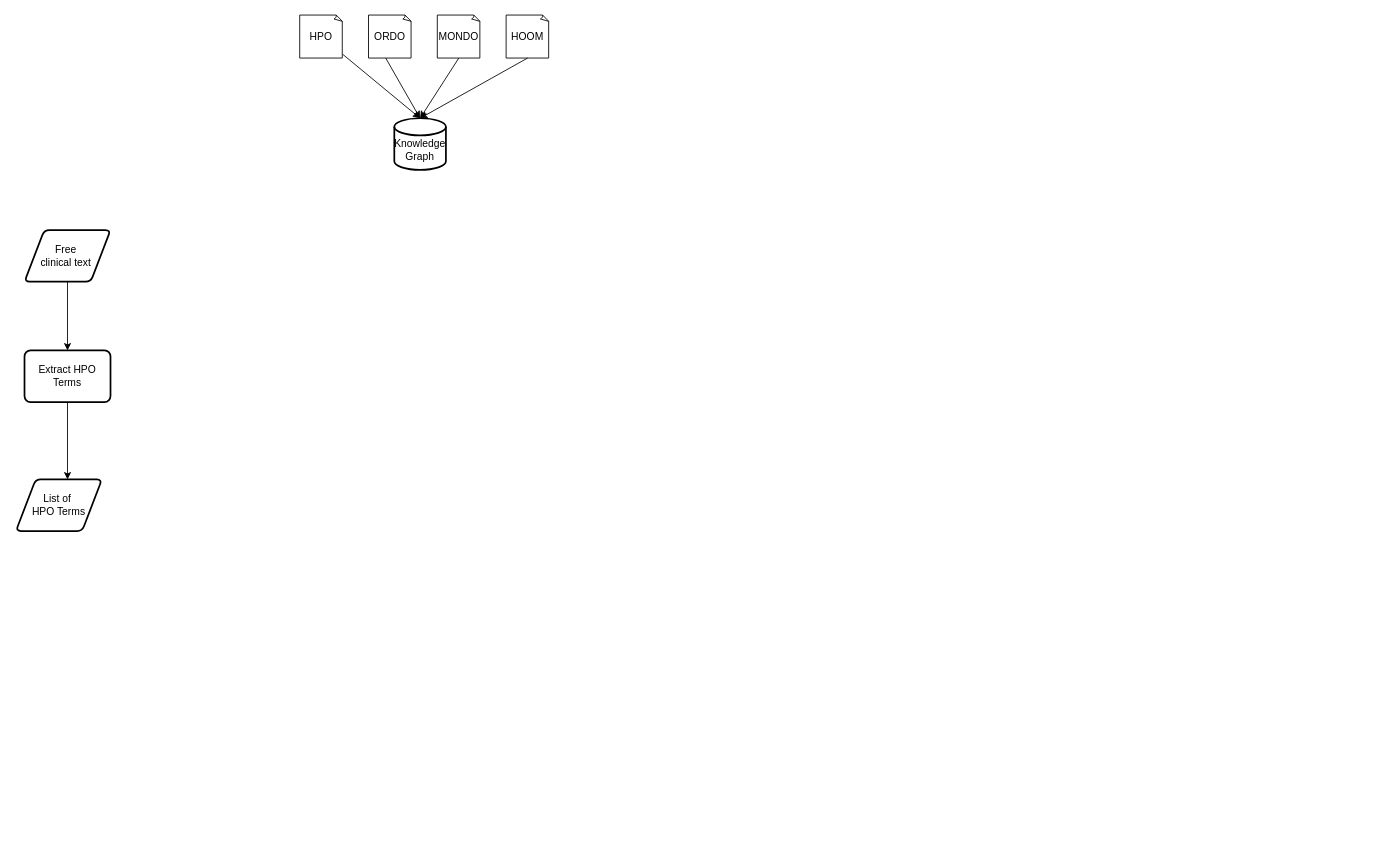
Earlier version of the draw.io diagram pipeline_draft.drawio (Alizzie/RareSim-Master-Project-). Source tidied: cells renumbered, new cells numbered last; positions are measured from the earlier drawing's top-left corner, leaving out a move shared by most shapes. Both pictures are drawn from the tidied source at 86%, with x=0, y=0 at pixel (15, 15).
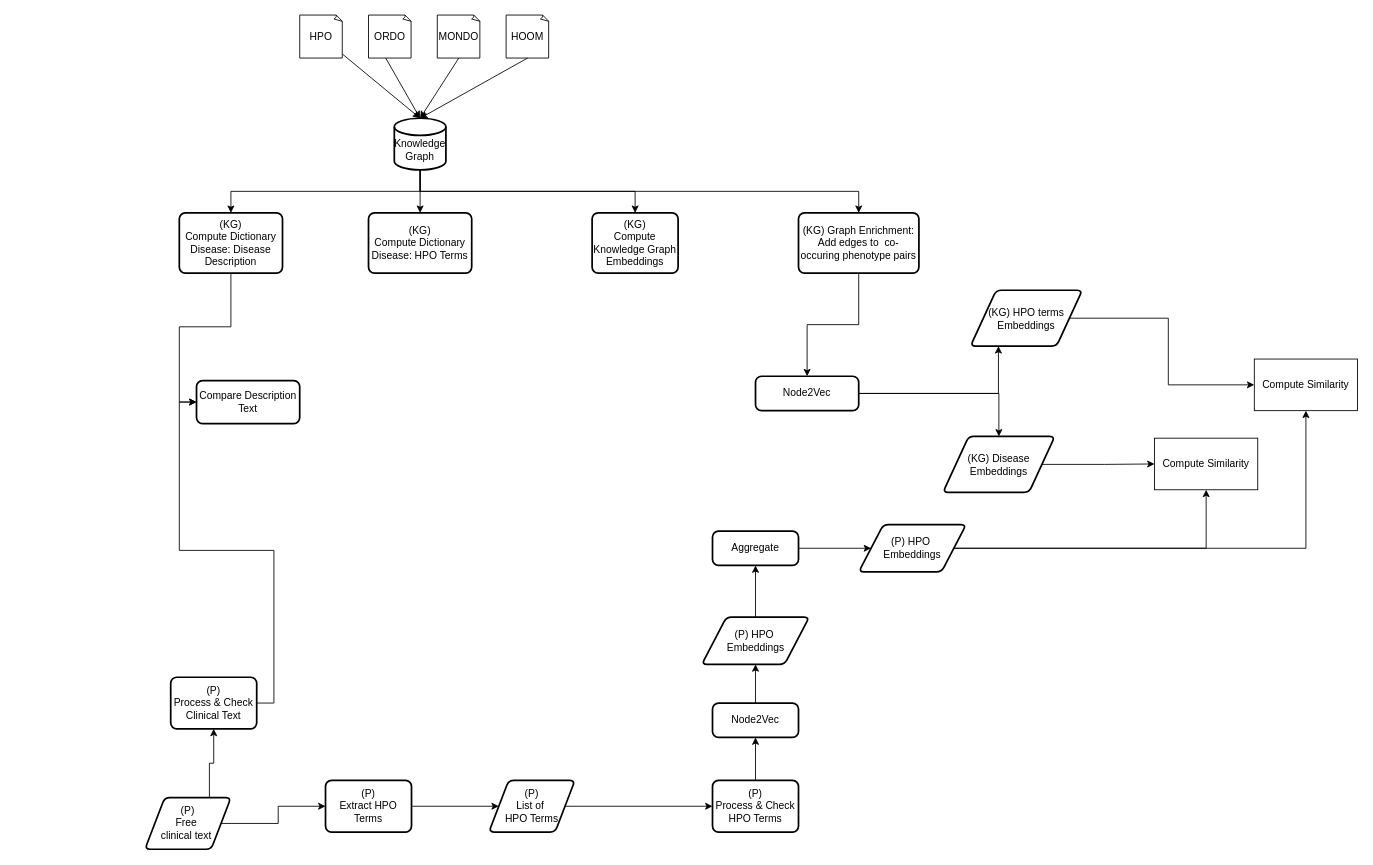
Above is the later version.

The change refers to these unchanged cells:
```xml
<mxCell id="2" value="&lt;div&gt;&lt;br&gt;&lt;/div&gt;Knowledge Graph" style="strokeWidth=2;html=1;shape=mxgraph.flowchart.database;whiteSpace=wrap;" parent="1" vertex="1">
  <mxGeometry x="440" y="120" width="60" height="60" as="geometry" />
</mxCell>
```

What changed in the source:
```diff
@@
+    <mxCell id="16" style="edgeStyle=orthogonalEdgeStyle;rounded=0;jettySize=auto;html=1;exitX=0.5;exitY=1;exitDx=0;exitDy=0;exitPerimeter=0;" parent="1" edge="1" source="2" target="21">
+      <mxGeometry relative="1" as="geometry" />
+    </mxCell>
+    <mxCell id="17" style="edgeStyle=orthogonalEdgeStyle;rounded=0;jettySize=auto;html=1;exitX=0.5;exitY=1;exitDx=0;exitDy=0;exitPerimeter=0;" parent="1" edge="1" source="2" target="23">
+      <mxGeometry relative="1" as="geometry" />
+    </mxCell>
+    <mxCell id="18" style="edgeStyle=orthogonalEdgeStyle;rounded=0;jettySize=auto;html=1;exitX=0.5;exitY=1;exitDx=0;exitDy=0;exitPerimeter=0;" parent="1" edge="1" source="2" target="27">
+      <mxGeometry relative="1" as="geometry" />
+    </mxCell>
+    <mxCell id="19" style="edgeStyle=orthogonalEdgeStyle;rounded=0;jettySize=auto;html=1;exitX=0.5;exitY=1;exitDx=0;exitDy=0;exitPerimeter=0;" parent="1" edge="1" source="2" target="33">
+      <mxGeometry relative="1" as="geometry" />
+    </mxCell>
@@
-    <mxCell id="11" style="edgeStyle=orthogonalEdgeStyle;rounded=0;jettySize=auto;html=1;exitX=0.5;exitY=1;exitDx=0;exitDy=0;entryX=0.5;entryY=0;entryDx=0;entryDy=0;" parent="1" edge="1" source="12" target="14">
+    <mxCell id="11" style="edgeStyle=orthogonalEdgeStyle;rounded=0;jettySize=auto;html=1;exitX=1;exitY=0.5;exitDx=0;exitDy=0;entryX=0;entryY=0.5;entryDx=0;entryDy=0;" parent="1" edge="1" source="12" target="14">
       <mxGeometry relative="1" as="geometry" />
     </mxCell>
-    <mxCell id="12" value="Free&amp;nbsp;&lt;div&gt;clinical text&amp;nbsp;&lt;/div&gt;" style="shape=parallelogram;html=1;strokeWidth=2;perimeter=parallelogramPerimeter;whiteSpace=wrap;rounded=1;arcSize=12;size=0.23;" parent="1" vertex="1">
-      <mxGeometry x="10" y="250" width="100" height="60" as="geometry" />
+    <mxCell id="12" value="&lt;div&gt;(P)&lt;/div&gt;Free&amp;nbsp;&lt;div&gt;clinical text&amp;nbsp;&lt;/div&gt;" style="shape=parallelogram;html=1;strokeWidth=2;perimeter=parallelogramPerimeter;whiteSpace=wrap;rounded=1;arcSize=12;size=0.23;" parent="1" vertex="1">
+      <mxGeometry x="150" y="910" width="100" height="60" as="geometry" />
     </mxCell>
-    <mxCell id="13" style="edgeStyle=orthogonalEdgeStyle;rounded=0;jettySize=auto;html=1;exitX=0.5;exitY=1;exitDx=0;exitDy=0;entryX=0.6;entryY=0;entryDx=0;entryDy=0;entryPerimeter=0;" parent="1" edge="1" source="14" target="15">
+    <mxCell id="13" style="edgeStyle=orthogonalEdgeStyle;rounded=0;jettySize=auto;html=1;exitX=1;exitY=0.5;exitDx=0;exitDy=0;entryX=0;entryY=0.5;entryDx=0;entryDy=0;" parent="1" edge="1" source="14" target="15">
       <mxGeometry relative="1" as="geometry" />
     </mxCell>
-    <mxCell id="14" value="Extract HPO Terms" style="rounded=1;whiteSpace=wrap;html=1;absoluteArcSize=1;arcSize=14;strokeWidth=2;" parent="1" vertex="1">
-      <mxGeometry x="10" y="390" width="100" height="60" as="geometry" />
+    <mxCell id="14" value="&lt;div&gt;(P)&lt;/div&gt;Extract HPO Terms" style="rounded=1;whiteSpace=wrap;html=1;absoluteArcSize=1;arcSize=14;strokeWidth=2;" parent="1" vertex="1">
+      <mxGeometry x="360" y="890" width="100" height="60" as="geometry" />
     </mxCell>
+    <mxCell id="20" style="edgeStyle=orthogonalEdgeStyle;rounded=0;jettySize=auto;html=1;exitX=1;exitY=0.5;exitDx=0;exitDy=0;" parent="1" edge="1" source="15" target="25">
+      <mxGeometry relative="1" as="geometry" />
+    </mxCell>
-    <mxCell id="15" value="List of&amp;nbsp;&lt;div&gt;HPO Terms&lt;/div&gt;" style="shape=parallelogram;html=1;strokeWidth=2;perimeter=parallelogramPerimeter;whiteSpace=wrap;rounded=1;arcSize=12;size=0.23;" parent="1" vertex="1">
-      <mxGeometry y="540" width="100" height="60" as="geometry" />
+    <mxCell id="15" value="&lt;div&gt;(P)&lt;/div&gt;List of&amp;nbsp;&lt;div&gt;HPO Terms&lt;/div&gt;" style="shape=parallelogram;html=1;strokeWidth=2;perimeter=parallelogramPerimeter;whiteSpace=wrap;rounded=1;arcSize=12;size=0.23;" parent="1" vertex="1">
+      <mxGeometry x="550" y="890" width="100" height="60" as="geometry" />
     </mxCell>
+    <mxCell id="21" value="(KG)&lt;br&gt;Compute Dictionary Disease: HPO Terms" style="rounded=1;whiteSpace=wrap;html=1;absoluteArcSize=1;arcSize=14;strokeWidth=2;" parent="1" vertex="1">
+      <mxGeometry x="410" y="230" width="120" height="70" as="geometry" />
+    </mxCell>
+    <mxCell id="22" style="edgeStyle=orthogonalEdgeStyle;rounded=0;orthogonalLoop=1;jettySize=auto;html=1;exitX=0.5;exitY=1;exitDx=0;exitDy=0;" parent="1" edge="1" source="21" target="21">
+      <mxGeometry relative="1" as="geometry" />
+    </mxCell>
+    <mxCell id="23" value="(KG)&lt;br&gt;Compute Knowledge Graph Embeddings" style="rounded=1;whiteSpace=wrap;html=1;absoluteArcSize=1;arcSize=14;strokeWidth=2;" parent="1" vertex="1">
+      <mxGeometry x="670" y="230" width="100" height="70" as="geometry" />
+    </mxCell>
+    <mxCell id="24" style="edgeStyle=orthogonalEdgeStyle;rounded=0;jettySize=auto;html=1;exitX=0.5;exitY=0;exitDx=0;exitDy=0;entryX=0.5;entryY=1;entryDx=0;entryDy=0;" parent="1" edge="1" source="25" target="42">
+      <mxGeometry relative="1" as="geometry" />
+    </mxCell>
+    <mxCell id="25" value="&lt;div&gt;(P)&lt;/div&gt;Process &amp;amp; Check HPO Terms" style="rounded=1;whiteSpace=wrap;html=1;absoluteArcSize=1;arcSize=14;strokeWidth=2;" parent="1" vertex="1">
+      <mxGeometry x="810" y="890" width="100" height="60" as="geometry" />
+    </mxCell>
+    <mxCell id="26" style="edgeStyle=orthogonalEdgeStyle;rounded=0;jettySize=auto;html=1;exitX=0.5;exitY=1;exitDx=0;exitDy=0;entryX=0;entryY=0.5;entryDx=0;entryDy=0;" parent="1" edge="1" source="27" target="28">
+      <mxGeometry relative="1" as="geometry" />
+    </mxCell>
+    <mxCell id="27" value="(KG)&lt;br&gt;Compute Dictionary Disease: Disease Description" style="rounded=1;whiteSpace=wrap;html=1;absoluteArcSize=1;arcSize=14;strokeWidth=2;" parent="1" vertex="1">
+      <mxGeometry x="190" y="230" width="120" height="70" as="geometry" />
+    </mxCell>
+    <mxCell id="28" value="Compare Description Text" style="rounded=1;whiteSpace=wrap;html=1;absoluteArcSize=1;arcSize=14;strokeWidth=2;" parent="1" vertex="1">
+      <mxGeometry x="210" y="425" width="120" height="50" as="geometry" />
+    </mxCell>
+    <mxCell id="29" value="&lt;div&gt;(P)&lt;/div&gt;Process &amp;amp; Check Clinical Text" style="rounded=1;whiteSpace=wrap;html=1;absoluteArcSize=1;arcSize=14;strokeWidth=2;" parent="1" vertex="1">
+      <mxGeometry x="180" y="770" width="100" height="60" as="geometry" />
+    </mxCell>
+    <mxCell id="30" style="edgeStyle=orthogonalEdgeStyle;rounded=0;jettySize=auto;html=1;exitX=0.75;exitY=0;exitDx=0;exitDy=0;entryX=0.5;entryY=1;entryDx=0;entryDy=0;" parent="1" edge="1" source="12" target="29">
+      <mxGeometry relative="1" as="geometry" />
+    </mxCell>
+    <mxCell id="31" style="edgeStyle=orthogonalEdgeStyle;rounded=0;jettySize=auto;html=1;exitX=1;exitY=0.5;exitDx=0;exitDy=0;entryX=0;entryY=0.5;entryDx=0;entryDy=0;" parent="1" edge="1" source="29" target="28">
+      <mxGeometry relative="1" as="geometry" />
+    </mxCell>
+    <mxCell id="32" style="edgeStyle=orthogonalEdgeStyle;rounded=0;jettySize=auto;html=1;exitX=0.5;exitY=1;exitDx=0;exitDy=0;" parent="1" edge="1" source="33" target="36">
+      <mxGeometry relative="1" as="geometry" />
+    </mxCell>
+    <mxCell id="33" value="(KG) Graph Enrichment: Add edges to&amp;nbsp; co-occuring phenotype pairs" style="rounded=1;whiteSpace=wrap;html=1;absoluteArcSize=1;arcSize=14;strokeWidth=2;" parent="1" vertex="1">
+      <mxGeometry x="910" y="230" width="140" height="70" as="geometry" />
+    </mxCell>
+    <mxCell id="34" style="edgeStyle=orthogonalEdgeStyle;rounded=0;jettySize=auto;html=1;exitX=1;exitY=0.5;exitDx=0;exitDy=0;entryX=0.25;entryY=1;entryDx=0;entryDy=0;" parent="1" edge="1" source="36" target="38">
+      <mxGeometry relative="1" as="geometry" />
+    </mxCell>
+    <mxCell id="35" style="edgeStyle=orthogonalEdgeStyle;rounded=0;jettySize=auto;html=1;exitX=1;exitY=0.5;exitDx=0;exitDy=0;" parent="1" edge="1" source="36" target="40">
+      <mxGeometry relative="1" as="geometry" />
+    </mxCell>
+    <mxCell id="36" value="Node2Vec" style="rounded=1;whiteSpace=wrap;html=1;absoluteArcSize=1;arcSize=14;strokeWidth=2;" parent="1" vertex="1">
+      <mxGeometry x="860" y="420" width="120" height="40" as="geometry" />
+    </mxCell>
+    <mxCell id="37" style="edgeStyle=orthogonalEdgeStyle;rounded=0;jettySize=auto;html=1;exitX=1;exitY=0.5;exitDx=0;exitDy=0;entryX=0;entryY=0.5;entryDx=0;entryDy=0;" parent="1" edge="1" source="38" target="50">
+      <mxGeometry relative="1" as="geometry" />
+    </mxCell>
+    <mxCell id="38" value="(KG) HPO terms&lt;br&gt;Embeddings" style="shape=parallelogram;html=1;strokeWidth=2;perimeter=parallelogramPerimeter;whiteSpace=wrap;rounded=1;arcSize=12;size=0.23;" parent="1" vertex="1">
+      <mxGeometry x="1110" y="320" width="130" height="65" as="geometry" />
+    </mxCell>
+    <mxCell id="39" style="edgeStyle=orthogonalEdgeStyle;rounded=0;jettySize=auto;html=1;exitX=1;exitY=0.5;exitDx=0;exitDy=0;entryX=0;entryY=0.5;entryDx=0;entryDy=0;" parent="1" edge="1" source="40" target="51">
+      <mxGeometry relative="1" as="geometry" />
+    </mxCell>
+    <mxCell id="40" value="(KG) Disease&lt;br&gt;Embeddings" style="shape=parallelogram;html=1;strokeWidth=2;perimeter=parallelogramPerimeter;whiteSpace=wrap;rounded=1;arcSize=12;size=0.23;" parent="1" vertex="1">
+      <mxGeometry x="1078" y="490" width="130" height="65" as="geometry" />
+    </mxCell>
+    <mxCell id="41" style="edgeStyle=orthogonalEdgeStyle;rounded=0;jettySize=auto;html=1;exitX=0.5;exitY=0;exitDx=0;exitDy=0;entryX=0.5;entryY=1;entryDx=0;entryDy=0;" parent="1" edge="1" source="42" target="44">
+      <mxGeometry relative="1" as="geometry" />
+    </mxCell>
+    <mxCell id="42" value="&lt;div&gt;Node2Vec&lt;/div&gt;" style="rounded=1;whiteSpace=wrap;html=1;absoluteArcSize=1;arcSize=14;strokeWidth=2;" parent="1" vertex="1">
+      <mxGeometry x="810" y="800" width="100" height="40" as="geometry" />
+    </mxCell>
+    <mxCell id="43" style="edgeStyle=orthogonalEdgeStyle;rounded=0;jettySize=auto;html=1;exitX=0.5;exitY=0;exitDx=0;exitDy=0;entryX=0.5;entryY=1;entryDx=0;entryDy=0;" parent="1" edge="1" source="44" target="46">
+      <mxGeometry relative="1" as="geometry" />
+    </mxCell>
+    <mxCell id="44" value="(P) HPO&amp;nbsp;&lt;div&gt;Embeddings&lt;/div&gt;" style="shape=parallelogram;html=1;strokeWidth=2;perimeter=parallelogramPerimeter;whiteSpace=wrap;rounded=1;arcSize=12;size=0.23;" parent="1" vertex="1">
+      <mxGeometry x="797.5" y="700" width="125" height="55" as="geometry" />
+    </mxCell>
+    <mxCell id="45" style="edgeStyle=orthogonalEdgeStyle;rounded=0;jettySize=auto;html=1;exitX=1;exitY=0.5;exitDx=0;exitDy=0;entryX=0;entryY=0.5;entryDx=0;entryDy=0;" parent="1" edge="1" source="46" target="49">
+      <mxGeometry relative="1" as="geometry" />
+    </mxCell>
+    <mxCell id="46" value="&lt;div&gt;Aggregate&lt;/div&gt;" style="rounded=1;whiteSpace=wrap;html=1;absoluteArcSize=1;arcSize=14;strokeWidth=2;" parent="1" vertex="1">
+      <mxGeometry x="810" y="600" width="100" height="40" as="geometry" />
+    </mxCell>
+    <mxCell id="47" style="edgeStyle=orthogonalEdgeStyle;rounded=0;jettySize=auto;html=1;exitX=1;exitY=0.5;exitDx=0;exitDy=0;entryX=0.5;entryY=1;entryDx=0;entryDy=0;" parent="1" edge="1" source="49" target="50">
+      <mxGeometry relative="1" as="geometry" />
+    </mxCell>
+    <mxCell id="48" style="edgeStyle=orthogonalEdgeStyle;rounded=0;jettySize=auto;html=1;exitX=1;exitY=0.5;exitDx=0;exitDy=0;entryX=0.5;entryY=1;entryDx=0;entryDy=0;" parent="1" edge="1" source="49" target="51">
+      <mxGeometry relative="1" as="geometry" />
+    </mxCell>
+    <mxCell id="49" value="(P) HPO&amp;nbsp;&lt;div&gt;Embeddings&lt;/div&gt;" style="shape=parallelogram;html=1;strokeWidth=2;perimeter=parallelogramPerimeter;whiteSpace=wrap;rounded=1;arcSize=12;size=0.23;" parent="1" vertex="1">
+      <mxGeometry x="980" y="592.5" width="125" height="55" as="geometry" />
+    </mxCell>
+    <mxCell id="50" value="Compute Similarity" style="rounded=0;whiteSpace=wrap;html=1;" parent="1" vertex="1">
+      <mxGeometry x="1440" y="400" width="120" height="60" as="geometry" />
+    </mxCell>
+    <mxCell id="51" value="Compute Similarity" style="rounded=0;whiteSpace=wrap;html=1;" parent="1" vertex="1">
+      <mxGeometry x="1324" y="492" width="120" height="60" as="geometry" />
+    </mxCell>
```
